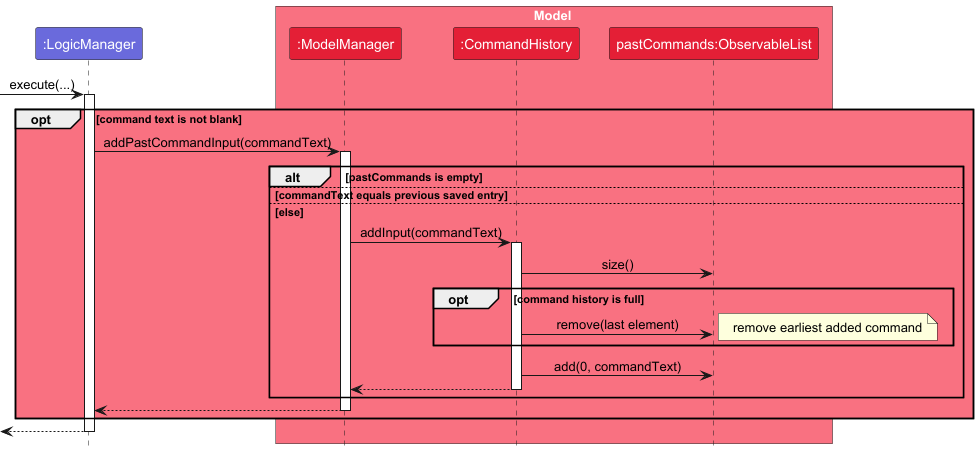
Above: docs/images/AddCommandHistorySequenceDiagram.png in carineang/tp (PlantUML), before the change.
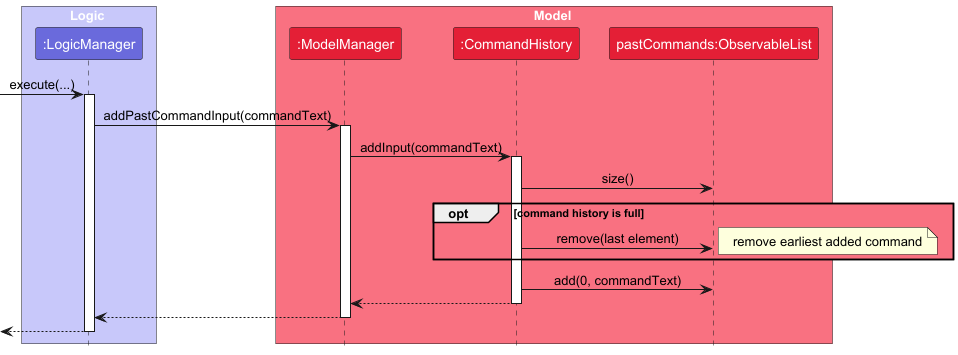
The same file after the commit.

Commit message:
Update sequence diagrams

The edit, as a diff of the source:
```diff
@@ -2,11 +2,10 @@
 !include style.puml
 skinparam ArrowFontStyle plain
 
+box Logic LOGIC_COLOR_T1
 participant ":LogicManager" as LogicManager LOGIC_COLOR_T2
 [-> LogicManager : execute(...)
 activate LogicManager
-
-opt MODEL_COLOR_T1 command text is not blank
 
 box Model MODEL_COLOR_T1
 participant ":ModelManager" as ModelManager MODEL_COLOR_T2
@@ -15,12 +14,6 @@
 
 LogicManager -> ModelManager : addPastCommandInput(commandText)
 activate ModelManager
-
-alt MODEL_COLOR_T1 pastCommands is empty
-
-else commandText equals previous saved entry
-
-else else
 
 ModelManager -> CommandHistory : addInput(commandText)
 activate CommandHistory
@@ -34,14 +27,11 @@
 CommandHistory -> pastCommands : add(0, commandText)
 CommandHistory --> ModelManager
 deactivate CommandHistory
-end
 
 LogicManager <-- ModelManager
 deactivate ModelManager
 end box
 
-end
-
 [<--LogicManager
 deactivate LogicManager
 @enduml
```
